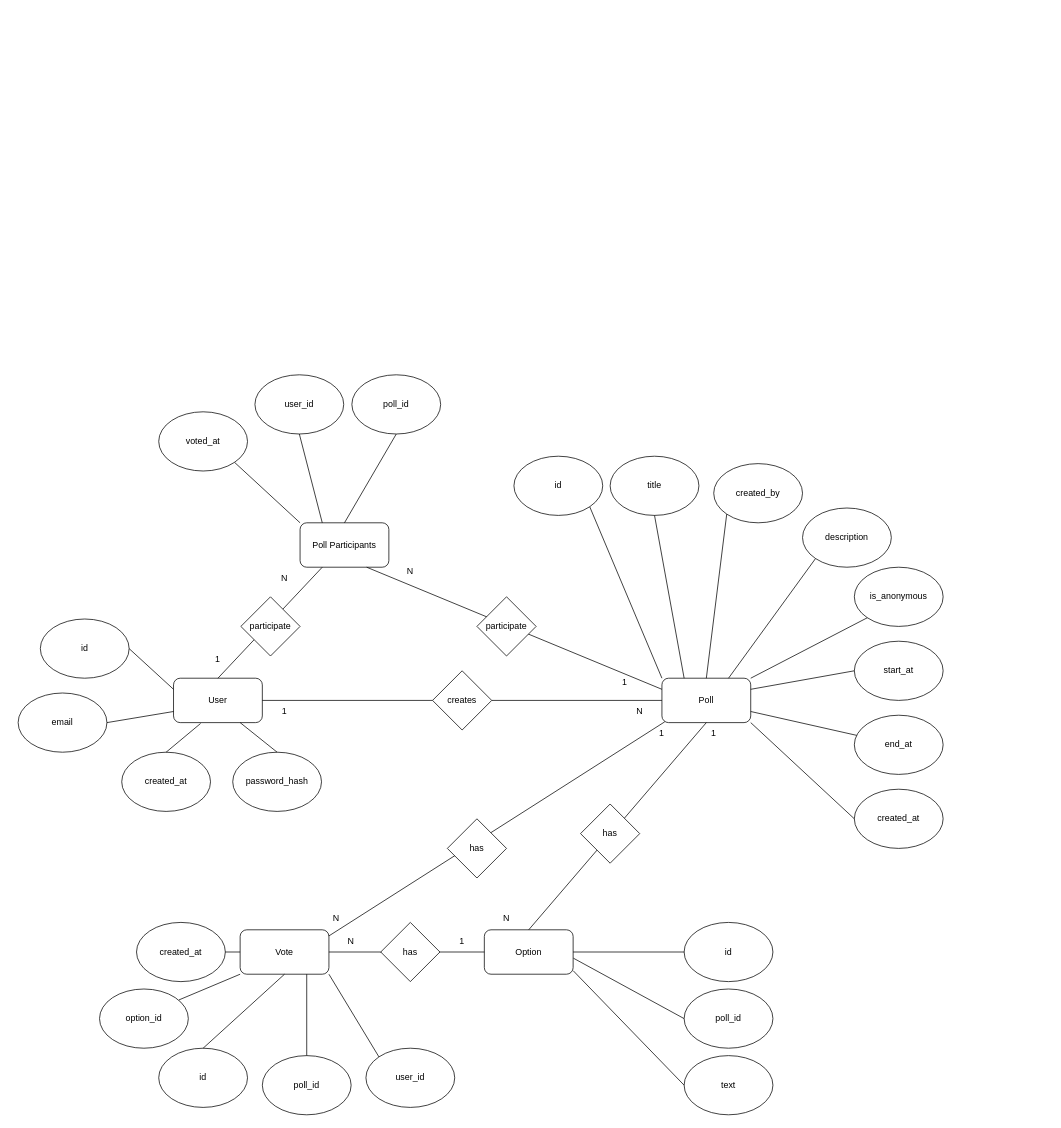
xugeaneeu/pollify keeps this draw.io diagram as docs/ER-pollify.drawio. Above is the earlier version. Source tidied: cells renumbered, new cells numbered last; positions are measured from the earlier drawing's top-left corner, leaving out a move shared by most shapes. Both pictures are drawn from the tidied source at 74%, with x=0, y=0 at pixel (18, 374).
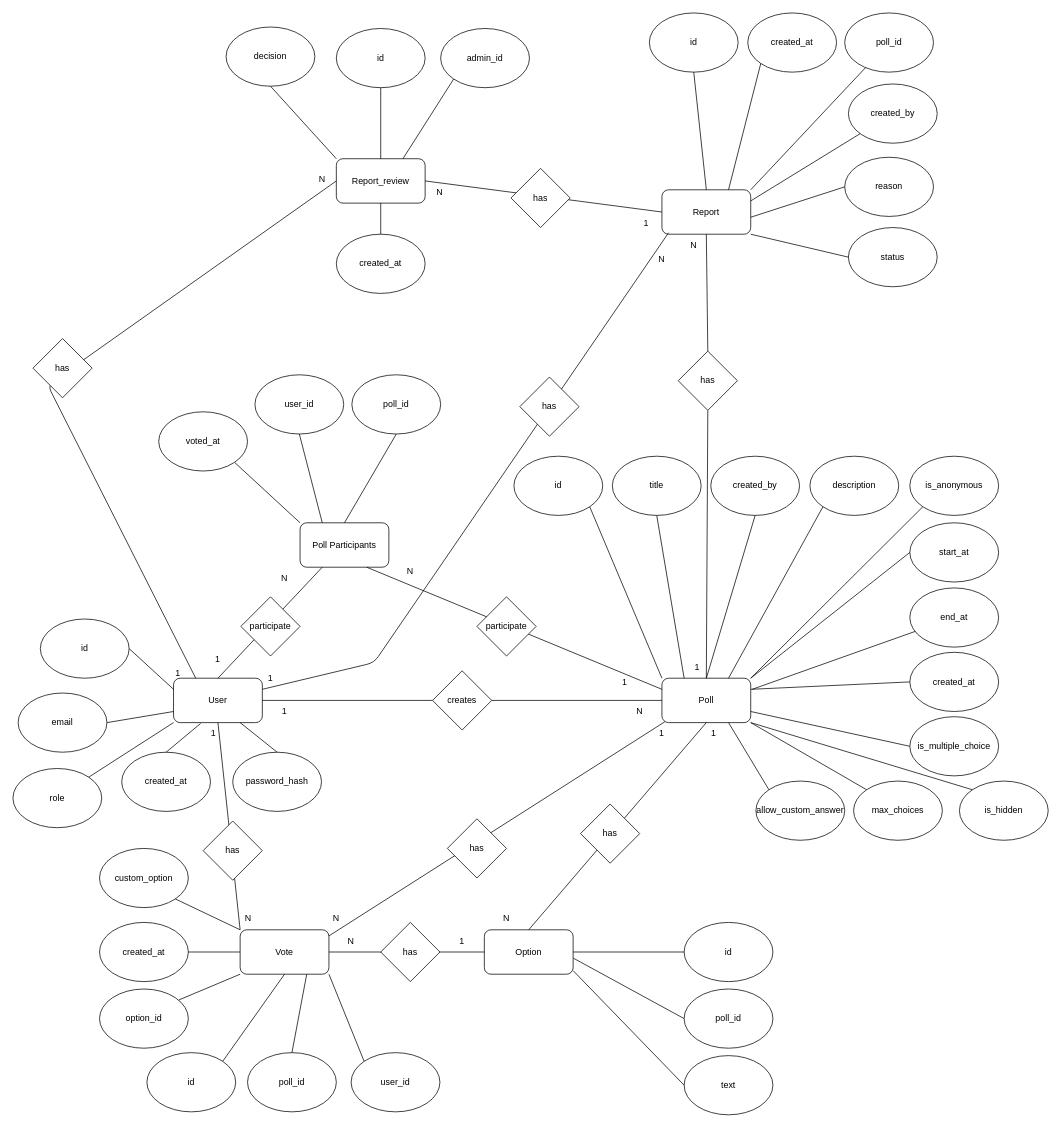
After the change.

Commit message (it also covers changes not shown here):
docs: add reports - update ER and Use Case diagrams, system analytics, add core.md

Unchanged cells that the change refers to:
```xml
<mxCell id="2" value="User" style="rounded=1;whiteSpace=wrap;html=1;" parent="1" vertex="1">
  <mxGeometry x="210" y="410" width="120" height="60" as="geometry" />
</mxCell>
<mxCell id="11" value="Poll" style="rounded=1;whiteSpace=wrap;html=1;" parent="1" vertex="1">
  <mxGeometry x="870" y="410" width="120" height="60" as="geometry" />
</mxCell>
<mxCell id="47" value="Vote" style="rounded=1;whiteSpace=wrap;html=1;" parent="1" vertex="1">
  <mxGeometry x="300" y="750" width="120" height="60" as="geometry" />
</mxCell>
```

Diff of the diagram source:
```diff
@@
     <mxCell id="13" value="title" style="ellipse;whiteSpace=wrap;html=1;" parent="1" vertex="1">
-      <mxGeometry x="800" y="110" width="120" height="80" as="geometry" />
+      <mxGeometry x="803" y="110" width="120" height="80" as="geometry" />
     </mxCell>
     <mxCell id="14" value="description" style="ellipse;whiteSpace=wrap;html=1;" parent="1" vertex="1">
-      <mxGeometry x="1060" y="180" width="120" height="80" as="geometry" />
+      <mxGeometry x="1070" y="110" width="120" height="80" as="geometry" />
     </mxCell>
     <mxCell id="15" value="&lt;div&gt;is_anonymous&lt;/div&gt;" style="ellipse;whiteSpace=wrap;html=1;" parent="1" vertex="1">
-      <mxGeometry x="1130" y="260" width="120" height="80" as="geometry" />
+      <mxGeometry x="1205" y="110" width="120" height="80" as="geometry" />
     </mxCell>
     <mxCell id="16" value="start_at" style="ellipse;whiteSpace=wrap;html=1;" parent="1" vertex="1">
-      <mxGeometry x="1130" y="360" width="120" height="80" as="geometry" />
+      <mxGeometry x="1205" y="200" width="120" height="80" as="geometry" />
     </mxCell>
     <mxCell id="17" value="end_at" style="ellipse;whiteSpace=wrap;html=1;" parent="1" vertex="1">
-      <mxGeometry x="1130" y="460" width="120" height="80" as="geometry" />
+      <mxGeometry x="1205" y="288" width="120" height="80" as="geometry" />
     </mxCell>
     <mxCell id="18" value="created_by" style="ellipse;whiteSpace=wrap;html=1;" parent="1" vertex="1">
-      <mxGeometry x="940" y="120" width="120" height="80" as="geometry" />
+      <mxGeometry x="936" y="110" width="120" height="80" as="geometry" />
     </mxCell>
@@
-    <mxCell id="21" style="endArrow=none;html=1;rounded=0;exitX=0.5;exitY=0;exitDx=0;exitDy=0;entryX=0;entryY=1;entryDx=0;entryDy=0;" parent="1" edge="1" source="11" target="18">
+    <mxCell id="21" style="endArrow=none;html=1;rounded=0;exitX=0.5;exitY=0;exitDx=0;exitDy=0;entryX=0.5;entryY=1;entryDx=0;entryDy=0;" parent="1" edge="1" source="11" target="18">
       <mxGeometry relative="1" as="geometry" />
     </mxCell>
@@
-    <mxCell id="23" style="endArrow=none;html=1;rounded=0;exitX=1;exitY=0;exitDx=0;exitDy=0;entryX=0;entryY=1;entryDx=0;entryDy=0;" parent="1" edge="1" source="11" target="15">
+    <mxCell id="23" style="endArrow=none;html=1;rounded=0;entryX=0;entryY=1;entryDx=0;entryDy=0;exitX=1;exitY=0;exitDx=0;exitDy=0;" parent="1" edge="1" source="11" target="15">
       <mxGeometry relative="1" as="geometry" />
     </mxCell>
-    <mxCell id="24" style="endArrow=none;html=1;rounded=0;entryX=1;entryY=0.25;entryDx=0;entryDy=0;exitX=0;exitY=0.5;exitDx=0;exitDy=0;" parent="1" edge="1" source="16" target="11">
+    <mxCell id="24" style="endArrow=none;html=1;rounded=0;entryX=1;entryY=0;entryDx=0;entryDy=0;exitX=0;exitY=0.5;exitDx=0;exitDy=0;" parent="1" edge="1" source="16" target="11">
       <mxGeometry relative="1" as="geometry" />
     </mxCell>
-    <mxCell id="25" style="endArrow=none;html=1;rounded=0;exitX=1;exitY=0.75;exitDx=0;exitDy=0;" parent="1" edge="1" source="11" target="17">
-      <mxGeometry relative="1" as="geometry" />
+    <mxCell id="25" style="endArrow=none;html=1;rounded=0;" parent="1" edge="1" target="17">
+      <mxGeometry relative="1" as="geometry">
+        <mxPoint x="992" y="425" as="sourcePoint" />
+      </mxGeometry>
     </mxCell>
@@
     <mxCell id="38" value="created_at" style="ellipse;whiteSpace=wrap;html=1;" parent="1" vertex="1">
-      <mxGeometry x="1130" y="560" width="120" height="80" as="geometry" />
+      <mxGeometry x="1205" y="375" width="120" height="80" as="geometry" />
     </mxCell>
-    <mxCell id="39" style="endArrow=none;html=1;rounded=0;exitX=1;exitY=1;exitDx=0;exitDy=0;entryX=0;entryY=0.5;entryDx=0;entryDy=0;" parent="1" edge="1" source="11" target="38">
+    <mxCell id="39" style="endArrow=none;html=1;rounded=0;exitX=1;exitY=0.25;exitDx=0;exitDy=0;entryX=0;entryY=0.5;entryDx=0;entryDy=0;" parent="1" edge="1" source="11" target="38">
       <mxGeometry relative="1" as="geometry" />
     </mxCell>
@@
     <mxCell id="48" value="poll_id" style="ellipse;whiteSpace=wrap;html=1;" parent="1" vertex="1">
-      <mxGeometry x="330" y="920" width="120" height="80" as="geometry" />
+      <mxGeometry x="310" y="916" width="120" height="80" as="geometry" />
     </mxCell>
     <mxCell id="49" value="id" style="ellipse;whiteSpace=wrap;html=1;" parent="1" vertex="1">
-      <mxGeometry x="190" y="910" width="120" height="80" as="geometry" />
+      <mxGeometry x="174" y="916" width="120" height="80" as="geometry" />
     </mxCell>
@@
     <mxCell id="51" value="created_at" style="ellipse;whiteSpace=wrap;html=1;" parent="1" vertex="1">
-      <mxGeometry x="160" y="740" width="120" height="80" as="geometry" />
+      <mxGeometry x="110" y="740" width="120" height="80" as="geometry" />
     </mxCell>
@@
-    <mxCell id="54" style="endArrow=none;html=1;rounded=0;exitX=0.5;exitY=0;exitDx=0;exitDy=0;entryX=0.5;entryY=1;entryDx=0;entryDy=0;" parent="1" edge="1" source="49" target="47">
+    <mxCell id="54" style="endArrow=none;html=1;rounded=0;exitX=1;exitY=0;exitDx=0;exitDy=0;entryX=0.5;entryY=1;entryDx=0;entryDy=0;" parent="1" edge="1" source="49" target="47">
       <mxGeometry relative="1" as="geometry" />
     </mxCell>
@@
     <mxCell id="58" value="&lt;div&gt;user_id&lt;/div&gt;" style="ellipse;whiteSpace=wrap;html=1;" parent="1" vertex="1">
-      <mxGeometry x="470" y="910" width="120" height="80" as="geometry" />
+      <mxGeometry x="450" y="916" width="120" height="80" as="geometry" />
     </mxCell>
@@
+    <mxCell id="78" value="custom_option" style="ellipse;whiteSpace=wrap;html=1;" parent="1" vertex="1">
+      <mxGeometry x="110" y="640" width="120" height="80" as="geometry" />
+    </mxCell>
+    <mxCell id="79" style="endArrow=none;html=1;rounded=0;exitX=0;exitY=0;exitDx=0;exitDy=0;entryX=1;entryY=1;entryDx=0;entryDy=0;" parent="1" edge="1" source="47" target="78">
+      <mxGeometry relative="1" as="geometry" />
+    </mxCell>
+    <mxCell id="80" value="is_multiple_choice" style="ellipse;whiteSpace=wrap;html=1;" parent="1" vertex="1">
+      <mxGeometry x="1205" y="462" width="120" height="80" as="geometry" />
+    </mxCell>
+    <mxCell id="81" value="max_choices" style="ellipse;whiteSpace=wrap;html=1;" parent="1" vertex="1">
+      <mxGeometry x="1129" y="549" width="120" height="80" as="geometry" />
+    </mxCell>
+    <mxCell id="82" value="allow_custom_answer" style="ellipse;whiteSpace=wrap;html=1;" parent="1" vertex="1">
+      <mxGeometry x="997" y="549" width="120" height="80" as="geometry" />
+    </mxCell>
+    <mxCell id="83" style="endArrow=none;html=1;rounded=0;exitX=0;exitY=0;exitDx=0;exitDy=0;entryX=0.75;entryY=1;entryDx=0;entryDy=0;" parent="1" edge="1" source="82" target="11">
+      <mxGeometry relative="1" as="geometry" />
+    </mxCell>
+    <mxCell id="84" style="endArrow=none;html=1;rounded=0;entryX=0;entryY=0;entryDx=0;entryDy=0;exitX=1;exitY=1;exitDx=0;exitDy=0;" parent="1" edge="1" source="11" target="81">
+      <mxGeometry relative="1" as="geometry" />
+    </mxCell>
+    <mxCell id="85" style="endArrow=none;html=1;rounded=0;entryX=0;entryY=0.5;entryDx=0;entryDy=0;exitX=1;exitY=0.75;exitDx=0;exitDy=0;" parent="1" edge="1" source="11" target="80">
+      <mxGeometry relative="1" as="geometry" />
+    </mxCell>
+    <mxCell id="86" value="role" style="ellipse;whiteSpace=wrap;html=1;" parent="1" vertex="1">
+      <mxGeometry x="-7" y="532" width="120" height="80" as="geometry" />
+    </mxCell>
+    <mxCell id="87" style="endArrow=none;html=1;exitX=1;exitY=0;exitDx=0;exitDy=0;entryX=0;entryY=1;entryDx=0;entryDy=0;" parent="1" edge="1" source="86" target="2">
+      <mxGeometry relative="1" as="geometry" />
+    </mxCell>
+    <mxCell id="88" value="is_hidden" style="ellipse;whiteSpace=wrap;html=1;" parent="1" vertex="1">
+      <mxGeometry x="1272" y="549" width="120" height="80" as="geometry" />
+    </mxCell>
+    <mxCell id="89" style="endArrow=none;html=1;exitX=0;exitY=0;exitDx=0;exitDy=0;entryX=1;entryY=1;entryDx=0;entryDy=0;" parent="1" edge="1" source="88" target="11">
+      <mxGeometry relative="1" as="geometry" />
+    </mxCell>
+    <mxCell id="90" value="Report" style="rounded=1;whiteSpace=wrap;html=1;" parent="1" vertex="1">
+      <mxGeometry x="870" y="-250" width="120" height="60" as="geometry" />
+    </mxCell>
+    <mxCell id="91" value="Report_review" style="rounded=1;whiteSpace=wrap;html=1;" parent="1" vertex="1">
+      <mxGeometry x="430" y="-292" width="120" height="60" as="geometry" />
+    </mxCell>
+    <mxCell id="92" style="endArrow=none;html=1;exitX=0.5;exitY=0;exitDx=0;exitDy=0;entryX=0.5;entryY=1;entryDx=0;entryDy=0;" parent="1" edge="1" source="94" target="90">
+      <mxGeometry relative="1" as="geometry" />
+    </mxCell>
+    <mxCell id="93" style="endArrow=none;html=1;exitX=0.5;exitY=0;exitDx=0;exitDy=0;entryX=0.5;entryY=1;entryDx=0;entryDy=0;" parent="1" edge="1" source="11" target="94">
+      <mxGeometry relative="1" as="geometry" />
+    </mxCell>
+    <mxCell id="94" value="has" style="rhombus;whiteSpace=wrap;html=1;" parent="1" vertex="1">
+      <mxGeometry x="892" y="-32" width="80" height="80" as="geometry" />
+    </mxCell>
+    <mxCell id="95" value="1" style="text;html=1;whiteSpace=wrap;strokeColor=none;fillColor=none;align=center;verticalAlign=middle;rounded=0;" parent="1" vertex="1">
+      <mxGeometry x="888" y="380" width="60" height="30" as="geometry" />
+    </mxCell>
+    <mxCell id="96" value="N" style="text;html=1;whiteSpace=wrap;strokeColor=none;fillColor=none;align=center;verticalAlign=middle;rounded=0;" parent="1" vertex="1">
+      <mxGeometry x="883" y="-190" width="60" height="30" as="geometry" />
+    </mxCell>
+    <mxCell id="97" value="id" style="ellipse;whiteSpace=wrap;html=1;" parent="1" vertex="1">
+      <mxGeometry x="853" y="-489" width="120" height="80" as="geometry" />
+    </mxCell>
+    <mxCell id="98" value="poll_id" style="ellipse;whiteSpace=wrap;html=1;" parent="1" vertex="1">
+      <mxGeometry x="1117" y="-489" width="120" height="80" as="geometry" />
+    </mxCell>
+    <mxCell id="99" value="created_by" style="ellipse;whiteSpace=wrap;html=1;" parent="1" vertex="1">
+      <mxGeometry x="1122" y="-393" width="120" height="80" as="geometry" />
+    </mxCell>
+    <mxCell id="100" value="reason" style="ellipse;whiteSpace=wrap;html=1;" parent="1" vertex="1">
+      <mxGeometry x="1117" y="-294" width="120" height="80" as="geometry" />
+    </mxCell>
+    <mxCell id="101" value="status" style="ellipse;whiteSpace=wrap;html=1;" parent="1" vertex="1">
+      <mxGeometry x="1122" y="-199" width="120" height="80" as="geometry" />
+    </mxCell>
+    <mxCell id="102" value="created_at" style="ellipse;whiteSpace=wrap;html=1;" parent="1" vertex="1">
+      <mxGeometry x="986" y="-489" width="120" height="80" as="geometry" />
+    </mxCell>
+    <mxCell id="103" style="endArrow=none;html=1;exitX=0.5;exitY=0;exitDx=0;exitDy=0;entryX=0.5;entryY=1;entryDx=0;entryDy=0;" parent="1" edge="1" source="90" target="97">
+      <mxGeometry relative="1" as="geometry" />
+    </mxCell>
+    <mxCell id="104" style="endArrow=none;html=1;exitX=0.75;exitY=0;exitDx=0;exitDy=0;entryX=0;entryY=1;entryDx=0;entryDy=0;" parent="1" edge="1" source="90" target="102">
+      <mxGeometry relative="1" as="geometry" />
+    </mxCell>
+    <mxCell id="105" style="endArrow=none;html=1;exitX=1;exitY=0;exitDx=0;exitDy=0;" parent="1" edge="1" source="90" target="98">
+      <mxGeometry relative="1" as="geometry" />
+    </mxCell>
+    <mxCell id="106" style="endArrow=none;html=1;exitX=1;exitY=0.25;exitDx=0;exitDy=0;" parent="1" edge="1" source="90" target="99">
+      <mxGeometry relative="1" as="geometry" />
+    </mxCell>
+    <mxCell id="107" style="endArrow=none;html=1;exitX=1.001;exitY=0.617;exitDx=0;exitDy=0;exitPerimeter=0;entryX=0;entryY=0.5;entryDx=0;entryDy=0;" parent="1" edge="1" source="90" target="100">
+      <mxGeometry relative="1" as="geometry" />
+    </mxCell>
+    <mxCell id="108" style="endArrow=none;html=1;exitX=1;exitY=1;exitDx=0;exitDy=0;entryX=0;entryY=0.5;entryDx=0;entryDy=0;" parent="1" edge="1" source="90" target="101">
+      <mxGeometry relative="1" as="geometry" />
+    </mxCell>
+    <mxCell id="109" value="id" style="ellipse;whiteSpace=wrap;html=1;" parent="1" vertex="1">
+      <mxGeometry x="430" y="-468" width="120" height="80" as="geometry" />
+    </mxCell>
+    <mxCell id="110" value="admin_id" style="ellipse;whiteSpace=wrap;html=1;" parent="1" vertex="1">
+      <mxGeometry x="571" y="-468" width="120" height="80" as="geometry" />
+    </mxCell>
+    <mxCell id="111" value="decision" style="ellipse;whiteSpace=wrap;html=1;" parent="1" vertex="1">
+      <mxGeometry x="281" y="-470" width="120" height="80" as="geometry" />
+    </mxCell>
+    <mxCell id="112" value="created_at" style="ellipse;whiteSpace=wrap;html=1;" parent="1" vertex="1">
+      <mxGeometry x="430" y="-190" width="120" height="80" as="geometry" />
+    </mxCell>
+    <mxCell id="113" style="endArrow=none;html=1;exitX=0.75;exitY=0;exitDx=0;exitDy=0;entryX=0;entryY=1;entryDx=0;entryDy=0;" parent="1" edge="1" source="91" target="110">
+      <mxGeometry relative="1" as="geometry" />
+    </mxCell>
+    <mxCell id="114" style="endArrow=none;html=1;entryX=0.5;entryY=1;entryDx=0;entryDy=0;exitX=0.5;exitY=0;exitDx=0;exitDy=0;" parent="1" edge="1" source="112" target="91">
+      <mxGeometry relative="1" as="geometry" />
+    </mxCell>
+    <mxCell id="115" style="endArrow=none;html=1;exitX=0.5;exitY=0;exitDx=0;exitDy=0;entryX=0.5;entryY=1;entryDx=0;entryDy=0;" parent="1" edge="1" source="91" target="109">
+      <mxGeometry relative="1" as="geometry" />
+    </mxCell>
+    <mxCell id="116" style="endArrow=none;html=1;exitX=0;exitY=0;exitDx=0;exitDy=0;entryX=0.5;entryY=1;entryDx=0;entryDy=0;" parent="1" edge="1" source="91" target="111">
+      <mxGeometry relative="1" as="geometry" />
+    </mxCell>
+    <mxCell id="117" style="endArrow=none;html=1;exitX=0.5;exitY=1;exitDx=0;exitDy=0;entryX=0;entryY=0;entryDx=0;entryDy=0;" parent="1" edge="1" source="2" target="47">
+      <mxGeometry relative="1" as="geometry" />
+    </mxCell>
+    <mxCell id="118" value="has" style="rhombus;whiteSpace=wrap;html=1;" parent="1" vertex="1">
+      <mxGeometry x="250" y="603" width="80" height="80" as="geometry" />
+    </mxCell>
+    <mxCell id="119" value="1" style="text;html=1;whiteSpace=wrap;strokeColor=none;fillColor=none;align=center;verticalAlign=middle;rounded=0;" parent="1" vertex="1">
+      <mxGeometry x="234" y="470" width="60" height="30" as="geometry" />
+    </mxCell>
+    <mxCell id="120" value="N" style="text;html=1;whiteSpace=wrap;strokeColor=none;fillColor=none;align=center;verticalAlign=middle;rounded=0;" parent="1" vertex="1">
+      <mxGeometry x="281" y="720" width="60" height="30" as="geometry" />
+    </mxCell>
+    <mxCell id="121" style="endArrow=none;html=1;exitX=1;exitY=0.5;exitDx=0;exitDy=0;entryX=0;entryY=0.5;entryDx=0;entryDy=0;" parent="1" edge="1" source="91" target="90">
+      <mxGeometry relative="1" as="geometry" />
+    </mxCell>
+    <mxCell id="122" value="has" style="rhombus;whiteSpace=wrap;html=1;" parent="1" vertex="1">
+      <mxGeometry x="666" y="-279" width="80" height="80" as="geometry" />
+    </mxCell>
+    <mxCell id="123" value="N" style="text;html=1;whiteSpace=wrap;strokeColor=none;fillColor=none;align=center;verticalAlign=middle;rounded=0;" parent="1" vertex="1">
+      <mxGeometry x="540" y="-262" width="60" height="30" as="geometry" />
+    </mxCell>
+    <mxCell id="124" value="1" style="text;html=1;whiteSpace=wrap;strokeColor=none;fillColor=none;align=center;verticalAlign=middle;rounded=0;" parent="1" vertex="1">
+      <mxGeometry x="819" y="-220" width="60" height="30" as="geometry" />
+    </mxCell>
+    <mxCell id="125" style="endArrow=none;html=1;entryX=0;entryY=0.5;entryDx=0;entryDy=0;exitX=0.25;exitY=0;exitDx=0;exitDy=0;" parent="1" edge="1" source="2" target="91">
+      <mxGeometry relative="1" as="geometry">
+        <Array as="points">
+          <mxPoint x="40" y="14" />
+        </Array>
+      </mxGeometry>
+    </mxCell>
+    <mxCell id="126" value="1" style="text;html=1;whiteSpace=wrap;strokeColor=none;fillColor=none;align=center;verticalAlign=middle;rounded=0;" parent="1" vertex="1">
+      <mxGeometry x="186" y="388" width="60" height="30" as="geometry" />
+    </mxCell>
+    <mxCell id="127" value="N" style="text;html=1;whiteSpace=wrap;strokeColor=none;fillColor=none;align=center;verticalAlign=middle;rounded=0;" parent="1" vertex="1">
+      <mxGeometry x="381" y="-279" width="60" height="30" as="geometry" />
+    </mxCell>
+    <mxCell id="128" value="has" style="rhombus;whiteSpace=wrap;html=1;" parent="1" vertex="1">
+      <mxGeometry x="20" y="-49" width="80" height="80" as="geometry" />
+    </mxCell>
+    <mxCell id="129" style="endArrow=none;html=1;entryX=0.075;entryY=0.967;entryDx=0;entryDy=0;entryPerimeter=0;exitX=1;exitY=0.25;exitDx=0;exitDy=0;" parent="1" edge="1" source="2" target="90">
+      <mxGeometry relative="1" as="geometry">
+        <Array as="points">
+          <mxPoint x="481" y="389" />
+        </Array>
+      </mxGeometry>
+    </mxCell>
+    <mxCell id="130" value="1" style="text;html=1;whiteSpace=wrap;strokeColor=none;fillColor=none;align=center;verticalAlign=middle;rounded=0;" parent="1" vertex="1">
+      <mxGeometry x="311" y="395" width="60" height="30" as="geometry" />
+    </mxCell>
+    <mxCell id="131" value="N" style="text;html=1;whiteSpace=wrap;strokeColor=none;fillColor=none;align=center;verticalAlign=middle;rounded=0;" parent="1" vertex="1">
+      <mxGeometry x="840" y="-171" width="60" height="30" as="geometry" />
+    </mxCell>
+    <mxCell id="132" value="has" style="rhombus;whiteSpace=wrap;html=1;" parent="1" vertex="1">
+      <mxGeometry x="678" y="3" width="80" height="80" as="geometry" />
+    </mxCell>
```
